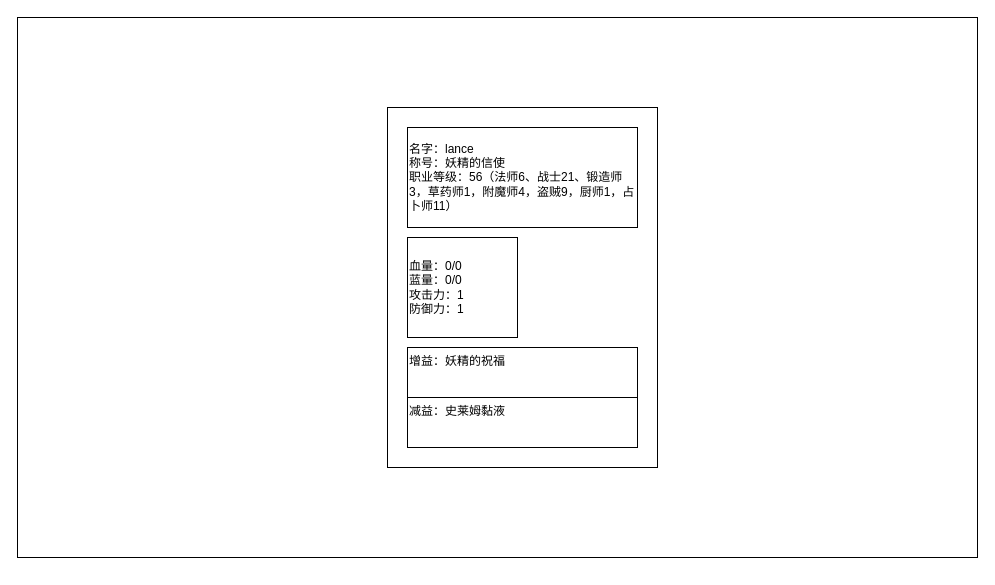
Before: player_ui.drawio in ssw940521/archerBackend, a draw.io diagram. Source tidied: cells renumbered, new cells numbered last; positions are measured from the earlier drawing's top-left corner, leaving out a move shared by most shapes. Both pictures are drawn from the tidied source at 100%, with x=0, y=0 at pixel (17, 17).
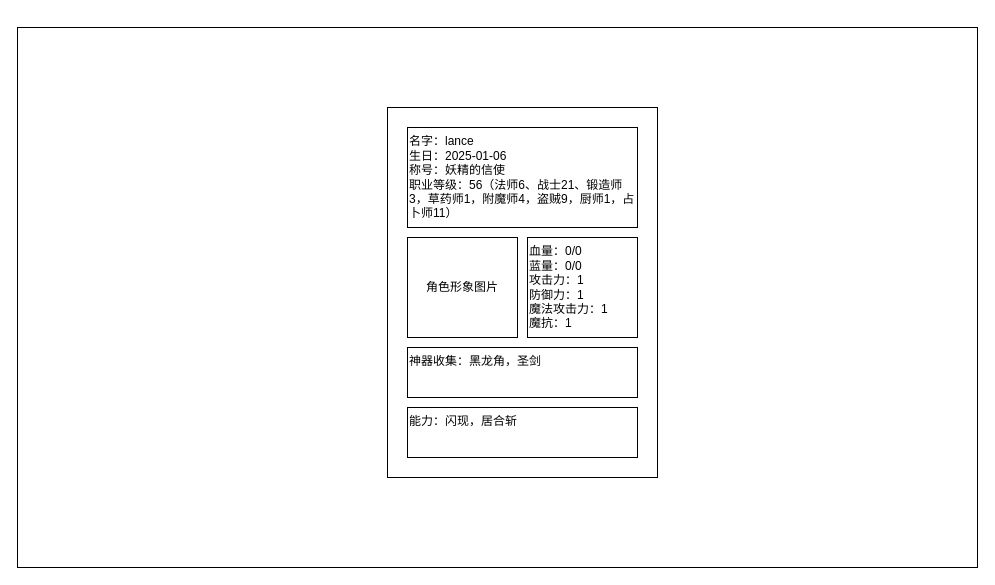
After the change.

Change to the diagram source:
```diff
@@
 <mxGraphModel>
   <root>
     <mxCell id="0" />
     <mxCell id="1" parent="0" />
     <mxCell id="2" style="rounded=0;whiteSpace=wrap;html=1;fillColor=none;" parent="1" vertex="1">
-      <mxGeometry width="960" height="540" as="geometry" />
+      <mxGeometry y="10" width="960" height="540" as="geometry" />
     </mxCell>
     <mxCell id="3" style="rounded=0;whiteSpace=wrap;html=1;fillColor=none;" parent="1" vertex="1">
-      <mxGeometry x="370" y="90" width="270" height="360" as="geometry" />
+      <mxGeometry x="370" y="90" width="270" height="370" as="geometry" />
     </mxCell>
-    <mxCell id="4" value="名字：lance&lt;div&gt;称号：妖精的信使&lt;/div&gt;&lt;div&gt;职业等级：56（法师6、战士21、锻造师3，草药师1，附魔师4，盗贼9，厨师1，占卜师11）&lt;/div&gt;" style="rounded=0;whiteSpace=wrap;html=1;fillColor=none;align=left;glass=0;" parent="1" vertex="1">
+    <mxCell id="4" value="名字：lance&lt;div&gt;生日：2025-01-06&lt;br&gt;&lt;div&gt;称号：妖精的信使&lt;/div&gt;&lt;div&gt;职业等级：56（法师6、战士21、锻造师3，草药师1，附魔师4，盗贼9，厨师1，占卜师11）&lt;/div&gt;&lt;/div&gt;" style="rounded=0;whiteSpace=wrap;html=1;fillColor=none;align=left;glass=0;" parent="1" vertex="1">
       <mxGeometry x="390" y="110" width="230" height="100" as="geometry" />
     </mxCell>
-    <mxCell id="5" value="血量：0/0&lt;div&gt;蓝量：0/0&lt;/div&gt;&lt;div&gt;攻击力：1&lt;/div&gt;&lt;div&gt;防御力：1&lt;/div&gt;" style="rounded=0;whiteSpace=wrap;html=1;fillColor=none;align=left;" parent="1" vertex="1">
-      <mxGeometry x="390" y="220" width="110" height="100" as="geometry" />
+    <mxCell id="5" value="血量：0/0&lt;div&gt;蓝量：0/0&lt;/div&gt;&lt;div&gt;攻击力：1&lt;/div&gt;&lt;div&gt;防御力：1&lt;/div&gt;&lt;div&gt;魔法攻击力：1&lt;/div&gt;&lt;div&gt;魔抗：1&lt;/div&gt;" style="rounded=0;whiteSpace=wrap;html=1;fillColor=none;align=left;" parent="1" vertex="1">
+      <mxGeometry x="510" y="220" width="110" height="100" as="geometry" />
     </mxCell>
-    <mxCell id="6" value="增益：妖精的祝福&#9;" style="rounded=0;whiteSpace=wrap;html=1;fillColor=none;align=left;labelPosition=center;verticalLabelPosition=middle;verticalAlign=top;" parent="1" vertex="1">
+    <mxCell id="6" value="神器收集：黑龙角，圣剑" style="rounded=0;whiteSpace=wrap;html=1;fillColor=none;align=left;labelPosition=center;verticalLabelPosition=middle;verticalAlign=top;" parent="1" vertex="1">
       <mxGeometry x="390" y="330" width="230" height="50" as="geometry" />
     </mxCell>
-    <mxCell id="7" value="减益：史莱姆黏液" style="rounded=0;whiteSpace=wrap;html=1;fillColor=none;align=left;verticalAlign=top;" parent="1" vertex="1">
-      <mxGeometry x="390" y="380" width="230" height="50" as="geometry" />
-    </mxCell>
+    <mxCell id="8" value="角色形象图片" style="rounded=0;whiteSpace=wrap;html=1;fillColor=none;align=center;" parent="1" vertex="1">
+      <mxGeometry x="390" y="220" width="110" height="100" as="geometry" />
+    </mxCell>
+    <mxCell id="9" value="能力：闪现，居合斩" style="rounded=0;whiteSpace=wrap;html=1;fillColor=none;align=left;labelPosition=center;verticalLabelPosition=middle;verticalAlign=top;" parent="1" vertex="1">
+      <mxGeometry x="390" y="390" width="230" height="50" as="geometry" />
+    </mxCell>
   </root>
 </mxGraphModel>
```
